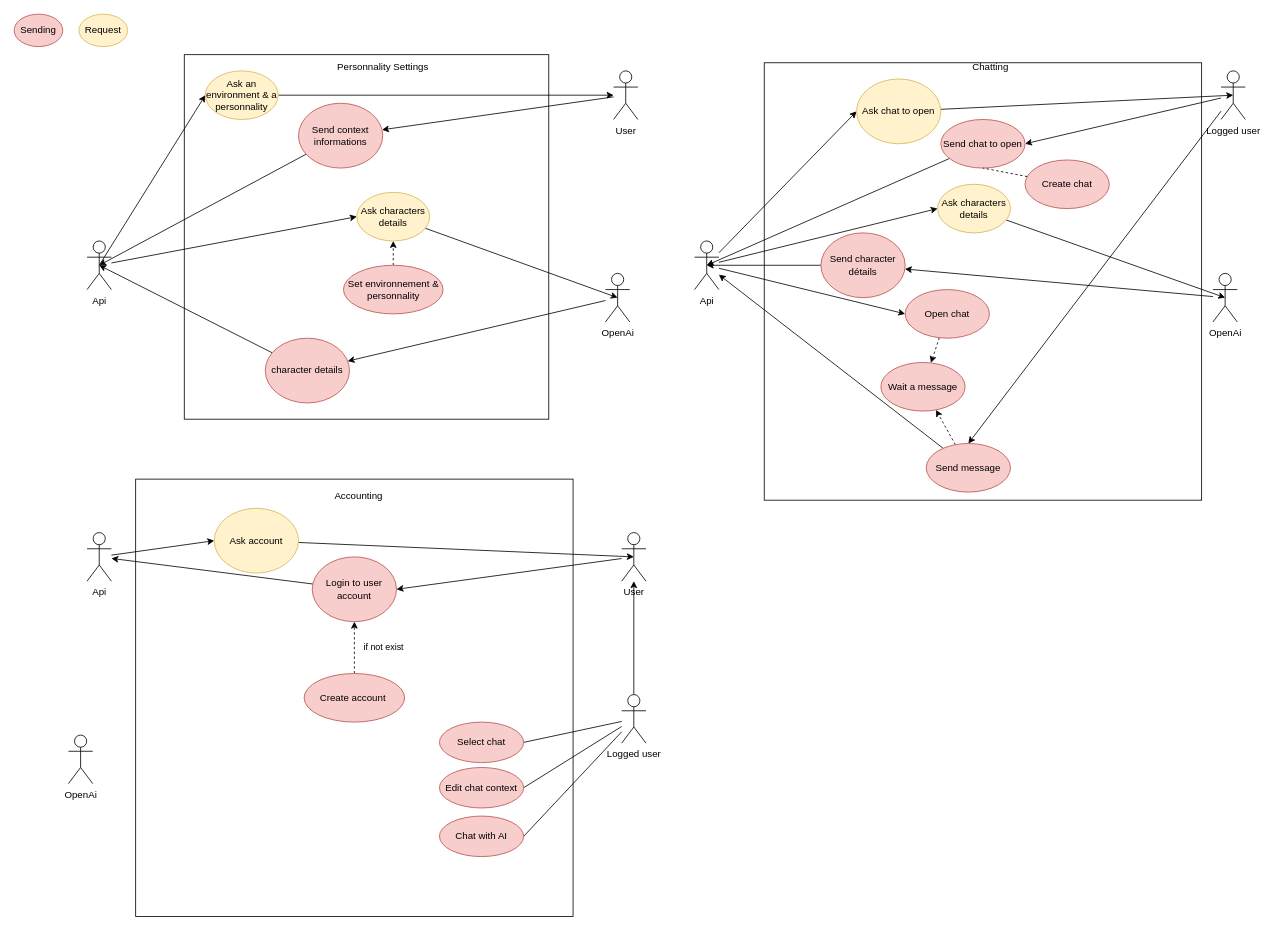
Before: UseCase.drawio in TheoPasquier/Ai-Personnality-chatting, a draw.io diagram. Source tidied: cells renumbered, new cells numbered last; positions are measured from the earlier drawing's top-left corner, leaving out a move shared by most shapes. Both pictures are drawn from the tidied source at 81%, with x=0, y=0 at pixel (14, 14).
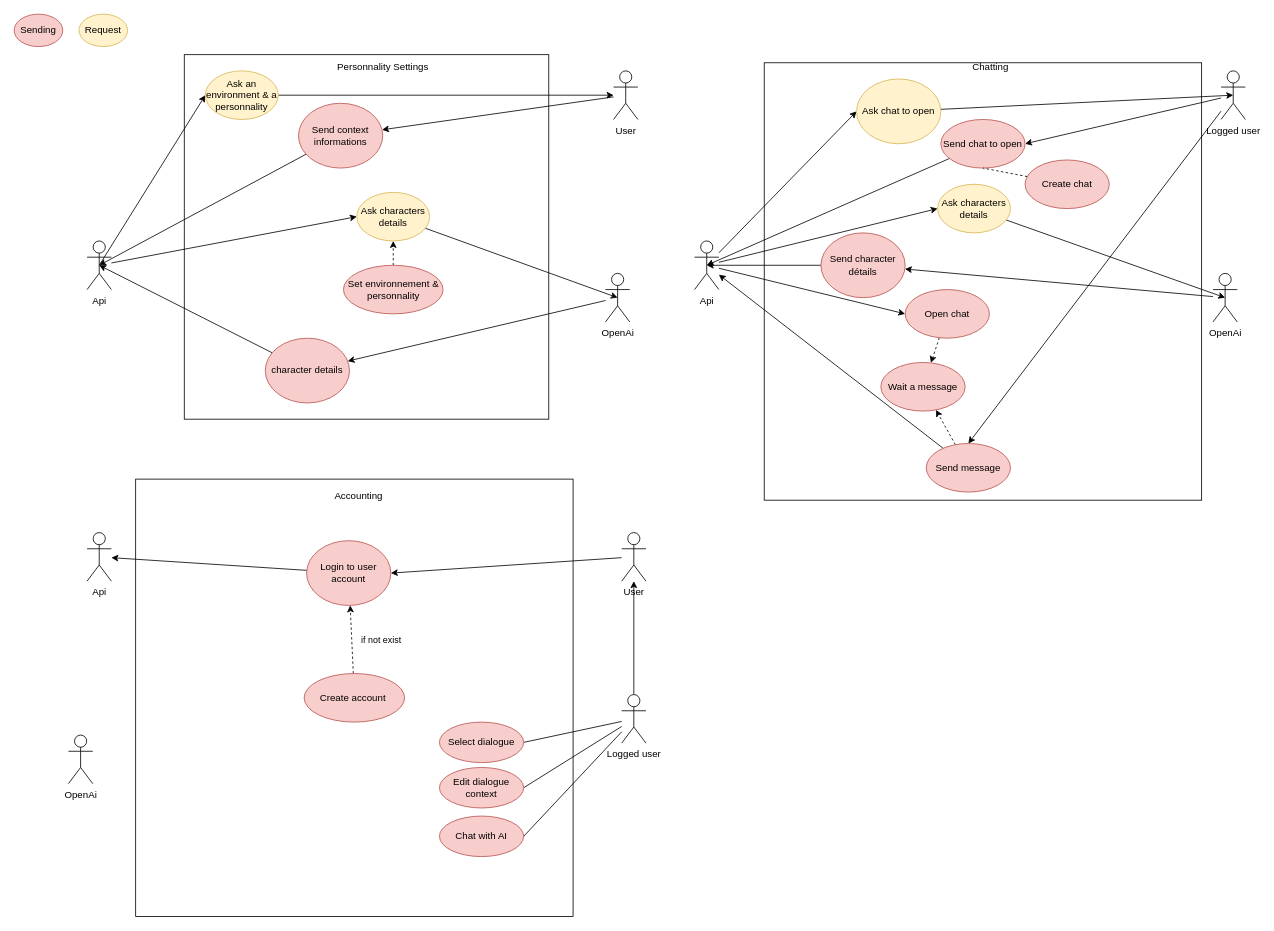
Above is the later version.

Commit message:
Mettre à jour UseCase.drawio

The change refers to these unchanged cells:
```xml
<mxCell id="23" value="Api" style="shape=umlActor;verticalLabelPosition=bottom;verticalAlign=top;html=1;outlineConnect=0;" parent="1" vertex="1">
  <mxGeometry x="90" y="640" width="30" height="60" as="geometry" />
</mxCell>
<mxCell id="25" value="User" style="shape=umlActor;verticalLabelPosition=bottom;verticalAlign=top;html=1;outlineConnect=0;" parent="1" vertex="1">
  <mxGeometry x="750" y="640" width="30" height="60" as="geometry" />
</mxCell>
```

The edit, as a diff of the source:
```diff
@@
-    <mxCell id="22" style="edgeStyle=none;rounded=0;jettySize=auto;html=1;entryX=0;entryY=0.5;entryDx=0;entryDy=0;" parent="1" edge="1" source="23" target="28">
-      <mxGeometry relative="1" as="geometry" />
-    </mxCell>
@@
-    <mxCell id="27" style="edgeStyle=none;rounded=0;jettySize=auto;html=1;entryX=0.5;entryY=0.5;entryDx=0;entryDy=0;entryPerimeter=0;" parent="1" edge="1" source="28" target="25">
-      <mxGeometry relative="1" as="geometry" />
-    </mxCell>
-    <mxCell id="28" value="&lt;div&gt;Ask account&lt;/div&gt;" style="ellipse;whiteSpace=wrap;html=1;fillColor=#fff2cc;strokeColor=#d6b656;" parent="1" vertex="1">
-      <mxGeometry x="247" y="610" width="104" height="80" as="geometry" />
-    </mxCell>
@@
     <mxCell id="36" value="Login to user account" style="ellipse;whiteSpace=wrap;html=1;fillColor=#f8cecc;strokeColor=#b85450;" parent="1" vertex="1">
-      <mxGeometry x="368" y="670" width="104" height="80" as="geometry" />
+      <mxGeometry x="361" y="650" width="104" height="80" as="geometry" />
     </mxCell>
@@
-    <mxCell id="42" value="Select chat" style="ellipse;whiteSpace=wrap;html=1;fillColor=#f8cecc;strokeColor=#b85450;" parent="1" vertex="1">
+    <mxCell id="42" value="Select dialogue" style="ellipse;whiteSpace=wrap;html=1;fillColor=#f8cecc;strokeColor=#b85450;" parent="1" vertex="1">
       <mxGeometry x="525" y="874" width="104" height="50" as="geometry" />
     </mxCell>
-    <mxCell id="43" value="Edit chat context" style="ellipse;whiteSpace=wrap;html=1;fillColor=#f8cecc;strokeColor=#b85450;" parent="1" vertex="1">
+    <mxCell id="43" value="Edit dialogue context" style="ellipse;whiteSpace=wrap;html=1;fillColor=#f8cecc;strokeColor=#b85450;" parent="1" vertex="1">
       <mxGeometry x="525" y="930" width="104" height="50" as="geometry" />
     </mxCell>
@@
+    <mxCell id="73" style="edgeStyle=none;rounded=0;orthogonalLoop=1;jettySize=auto;html=1;exitX=0.5;exitY=1;exitDx=0;exitDy=0;dashed=1;strokeWidth=1;endArrow=none;endFill=0;" parent="1" edge="1" source="36" target="36">
+      <mxGeometry relative="1" as="geometry" />
+    </mxCell>
```
